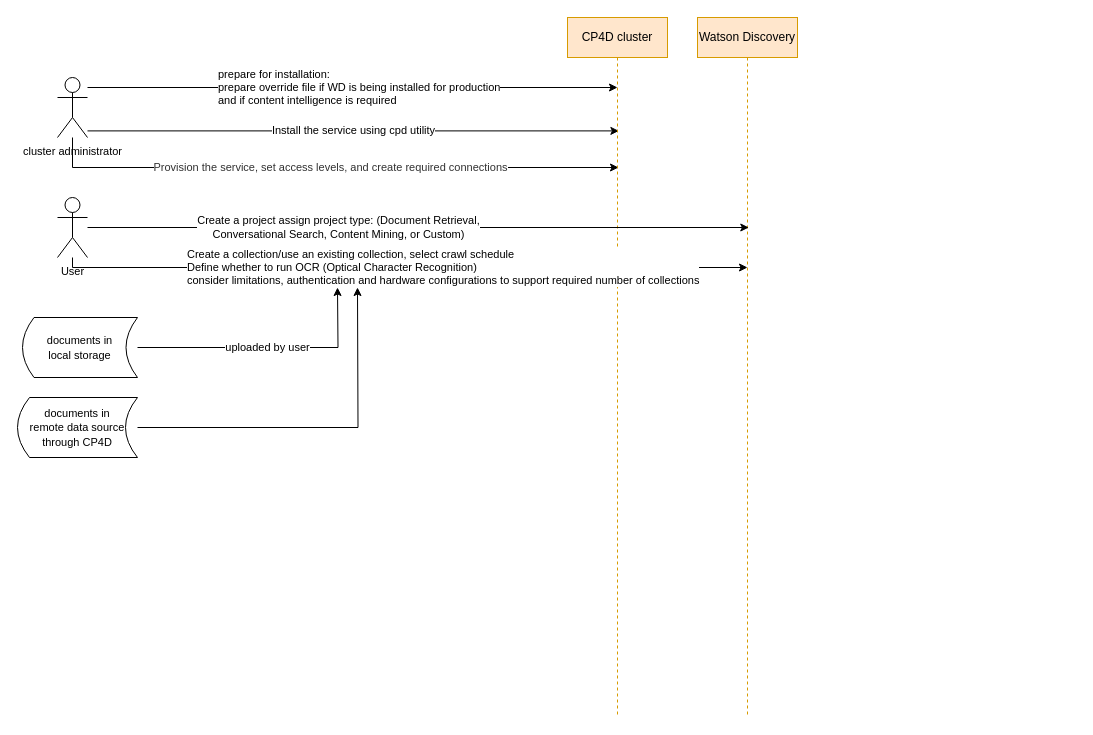
kanchantewary/CloudPakForData keeps this draw.io diagram as wd.drawio. Above is the earlier version. Source tidied: cells renumbered, new cells numbered last; positions are measured from the earlier drawing's top-left corner, leaving out a move shared by most shapes. Both pictures are drawn from the tidied source at 100%, with x=0, y=0 at pixel (17, 17).
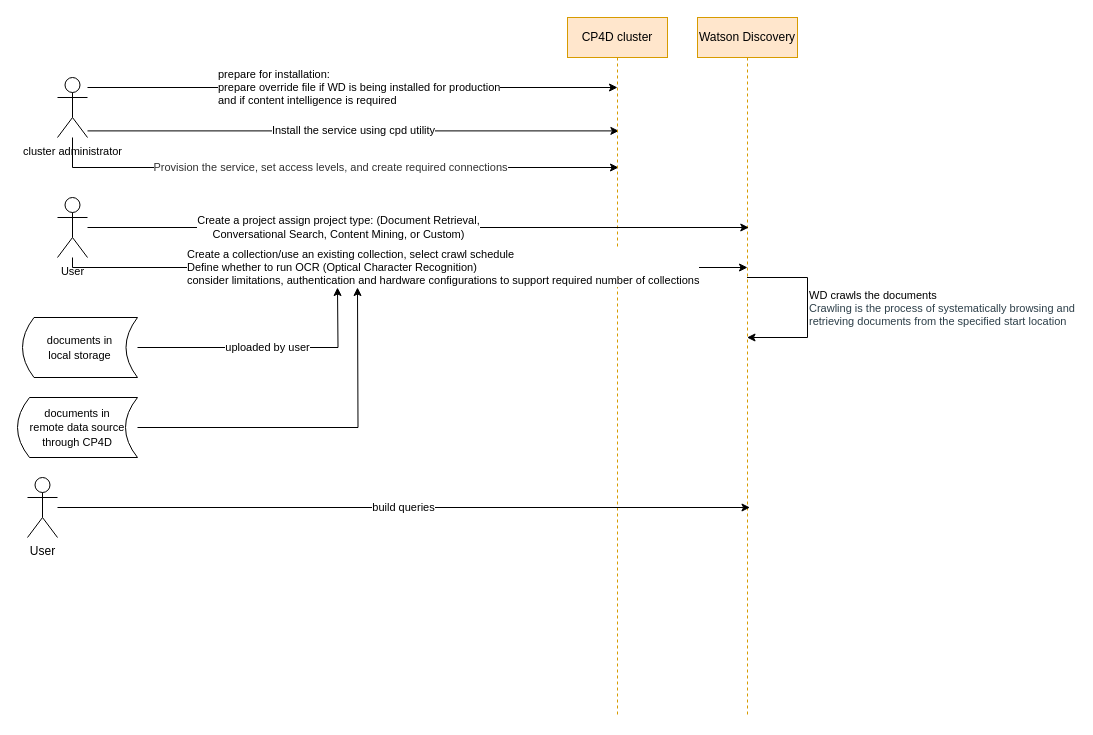
The same diagram, later.

Unchanged cells that the change refers to:
```xml
<mxCell id="7" value="Watson Discovery" style="shape=umlLifeline;perimeter=lifelinePerimeter;whiteSpace=wrap;html=1;outlineConnect=0;fillColor=#ffe6cc;strokeColor=#d79b00;" parent="1" vertex="1">
  <mxGeometry x="680" width="100" height="700" as="geometry" />
</mxCell>
```

Change to the diagram source:
```diff
@@
+    <mxCell id="15" value="&lt;font style=&quot;font-size: 11px&quot;&gt;WD crawls the documents &lt;br&gt;&lt;span style=&quot;color: rgb(45 , 63 , 73)&quot;&gt;Crawling is the process of systematically browsing and &lt;br&gt;retrieving documents from the specified start location&lt;/span&gt;&lt;/font&gt;" style="edgeStyle=orthogonalEdgeStyle;rounded=0;orthogonalLoop=1;jettySize=auto;html=1;align=left;" parent="1" edge="1" source="7" target="7">
+      <mxGeometry relative="1" as="geometry">
+        <Array as="points">
+          <mxPoint x="790" y="260" />
+          <mxPoint x="750" y="320" />
+        </Array>
+      </mxGeometry>
+    </mxCell>
+    <mxCell id="16" value="build queries" style="edgeStyle=orthogonalEdgeStyle;rounded=0;jettySize=auto;html=1;entryX=0.525;entryY=0.7;entryDx=0;entryDy=0;entryPerimeter=0;" parent="1" edge="1" source="17" target="7">
+      <mxGeometry relative="1" as="geometry" />
+    </mxCell>
+    <mxCell id="17" value="User" style="shape=umlActor;verticalLabelPosition=bottom;verticalAlign=top;html=1;outlineConnect=0;" parent="1" vertex="1">
+      <mxGeometry x="10" y="460" width="30" height="60" as="geometry" />
+    </mxCell>
```
